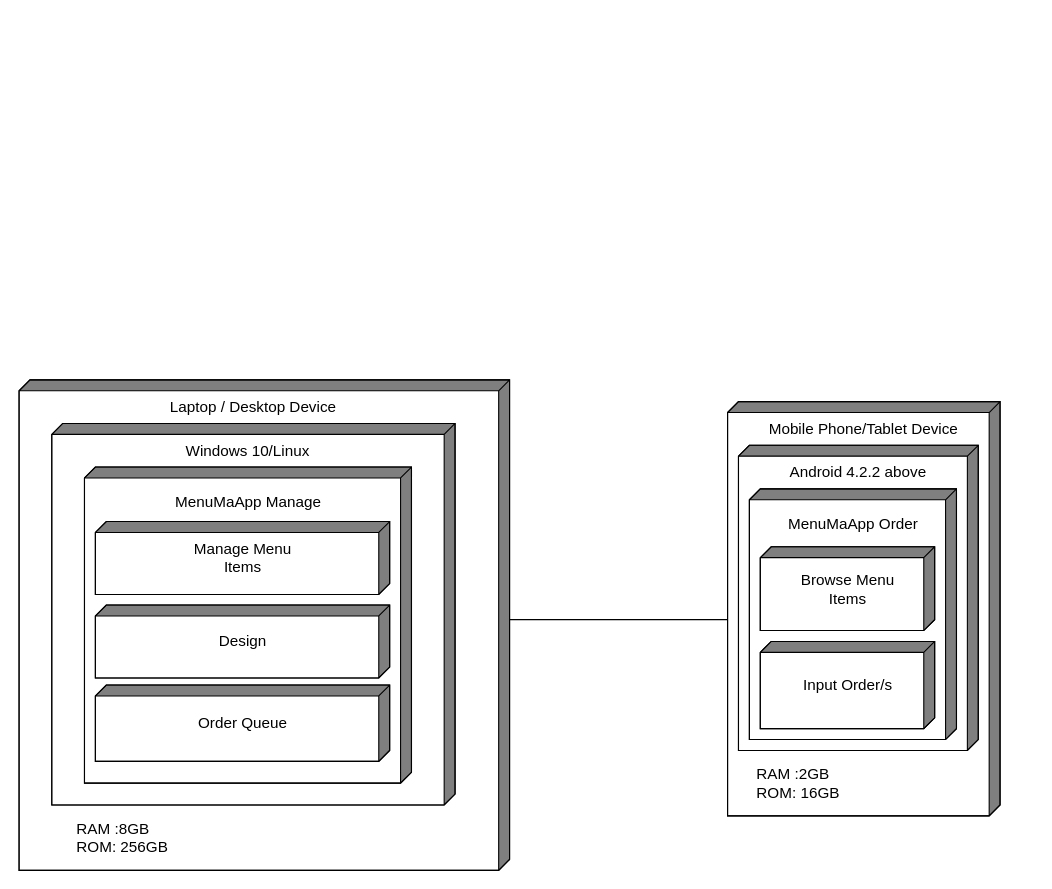
alexxGmZ/MenuMaApp keeps this draw.io diagram as DOCS/Diagrams/drawio/Deployment Diagram.drawio. Above is the earlier version. Source tidied: cells renumbered, new cells numbered last; positions are measured from the earlier drawing's top-left corner, leaving out a move shared by most shapes. Both pictures are drawn from the tidied source at 109%, with x=0, y=0 at pixel (19, 379).
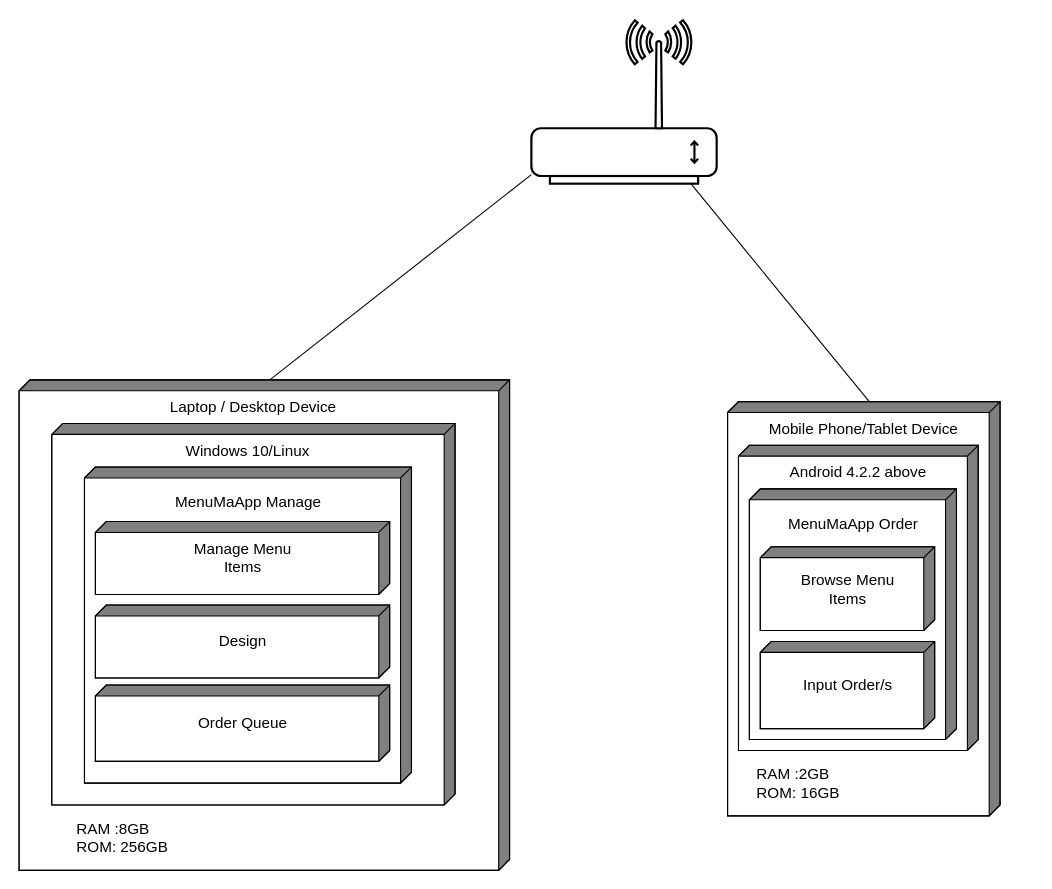
The same diagram, later.

Commit message (it also covers changes not shown here):
DOCS-diagrams: add wifi router in deployment diagram

The change refers to these unchanged cells:
```xml
<mxCell id="2" style="html=1;dashed=0;whitespace=wrap;shape=mxgraph.dfd.externalEntity;flipH=1;" parent="1" vertex="1">
  <mxGeometry width="450" height="450" as="geometry" />
</mxCell>
<mxCell id="6" style="html=1;dashed=0;whitespace=wrap;shape=mxgraph.dfd.externalEntity;fontSize=14;flipH=1;" parent="1" vertex="1">
  <mxGeometry x="650" y="20" width="250" height="380" as="geometry" />
</mxCell>
```

What changed in the source:
```diff
@@
+    <mxCell id="20" style="edgeStyle=none;html=1;exitX=0;exitY=0;exitDx=220;exitDy=0;exitPerimeter=0;endArrow=none;endFill=0;" parent="1" edge="1" source="2" target="22">
+      <mxGeometry relative="1" as="geometry" />
+    </mxCell>
@@
+    <mxCell id="21" style="edgeStyle=none;html=1;exitX=0;exitY=0;exitDx=120;exitDy=0;exitPerimeter=0;endArrow=none;endFill=0;" parent="1" edge="1" source="6" target="22">
+      <mxGeometry relative="1" as="geometry" />
+    </mxCell>
@@
-    <mxCell id="19" style="endArrow=none;html=1;exitX=0;exitY=0;exitDx=0;exitDy=220;exitPerimeter=0;" parent="1" edge="1" source="2">
-      <mxGeometry relative="1" as="geometry">
-        <mxPoint x="650" y="220" as="targetPoint" />
-      </mxGeometry>
-    </mxCell>
+    <mxCell id="22" style="fontColor=#0066CC;verticalAlign=top;verticalLabelPosition=bottom;labelPosition=center;align=center;html=1;outlineConnect=0;fillColor=default;strokeColor=default;gradientColor=none;gradientDirection=north;strokeWidth=2;shape=mxgraph.networks.wireless_modem;fillStyle=solid;" parent="1" vertex="1">
+      <mxGeometry x="470" y="-330" width="170" height="150" as="geometry" />
+    </mxCell>
```
